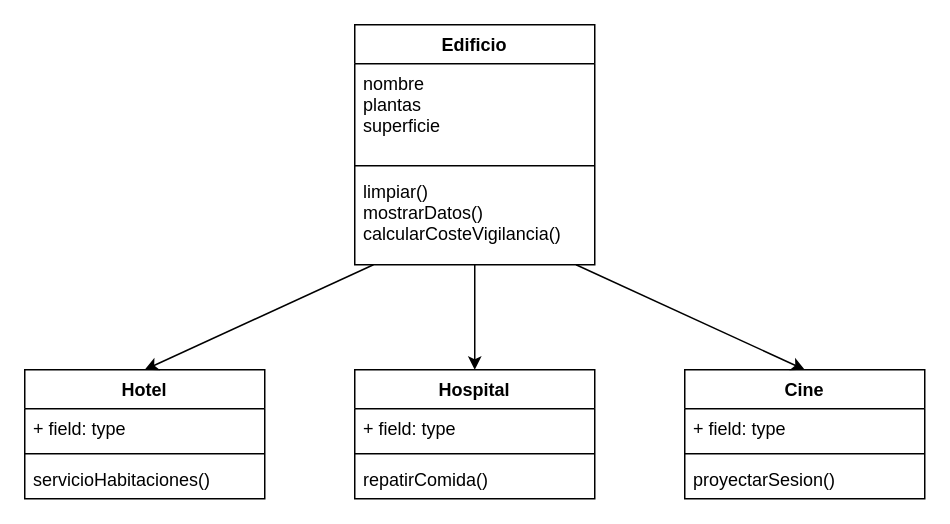
Above: m8-4-edificios/ulm/ulm.drawio in brunoakun/itacademy (draw.io), before the change. Source tidied: cells renumbered, new cells numbered last; positions are measured from the earlier drawing's top-left corner, leaving out a move shared by most shapes. Both pictures are drawn from the tidied source at 150%, with x=0, y=0 at pixel (24, 24).
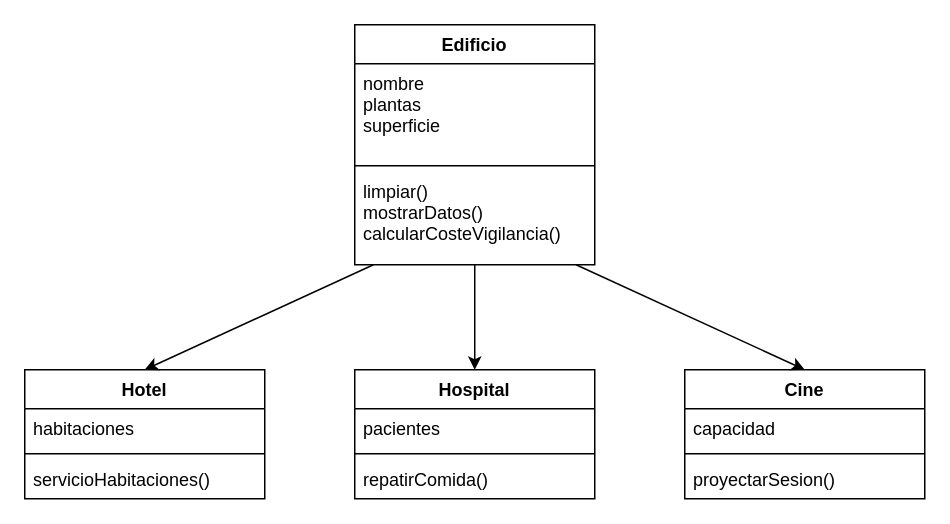
After the change.

Unchanged cells that the change refers to:
```xml
<mxCell id="6" value="Hotel" style="swimlane;fontStyle=1;align=center;verticalAlign=top;horizontal=1;startSize=26;" parent="1" vertex="1">
  <mxGeometry y="230" width="160" height="86" as="geometry" />
</mxCell>
<mxCell id="10" value="Hospital&#10;" style="swimlane;fontStyle=1;align=center;verticalAlign=top;horizontal=1;startSize=26;" parent="1" vertex="1">
  <mxGeometry x="220" y="230" width="160" height="86" as="geometry" />
</mxCell>
<mxCell id="14" value="Cine" style="swimlane;fontStyle=1;align=center;verticalAlign=top;horizontal=1;startSize=26;" parent="1" vertex="1">
  <mxGeometry x="440" y="230" width="160" height="86" as="geometry" />
</mxCell>
```

What changed in the source:
```diff
@@
-    <mxCell id="7" value="+ field: type" style="text;strokeColor=none;fillColor=none;align=left;verticalAlign=top;spacingLeft=4;spacingRight=4;overflow=hidden;" parent="6" vertex="1">
+    <mxCell id="7" value="habitaciones" style="text;strokeColor=none;fillColor=none;align=left;verticalAlign=top;spacingLeft=4;spacingRight=4;overflow=hidden;" parent="6" vertex="1">
       <mxGeometry y="26" width="160" height="26" as="geometry" />
     </mxCell>
@@
-    <mxCell id="11" value="+ field: type" style="text;strokeColor=none;fillColor=none;align=left;verticalAlign=top;spacingLeft=4;spacingRight=4;overflow=hidden;" parent="10" vertex="1">
+    <mxCell id="11" value="pacientes" style="text;strokeColor=none;fillColor=none;align=left;verticalAlign=top;spacingLeft=4;spacingRight=4;overflow=hidden;" parent="10" vertex="1">
       <mxGeometry y="26" width="160" height="26" as="geometry" />
     </mxCell>
@@
-    <mxCell id="15" value="+ field: type" style="text;strokeColor=none;fillColor=none;align=left;verticalAlign=top;spacingLeft=4;spacingRight=4;overflow=hidden;" parent="14" vertex="1">
+    <mxCell id="15" value="capacidad" style="text;strokeColor=none;fillColor=none;align=left;verticalAlign=top;spacingLeft=4;spacingRight=4;overflow=hidden;" parent="14" vertex="1">
       <mxGeometry y="26" width="160" height="26" as="geometry" />
     </mxCell>
```
